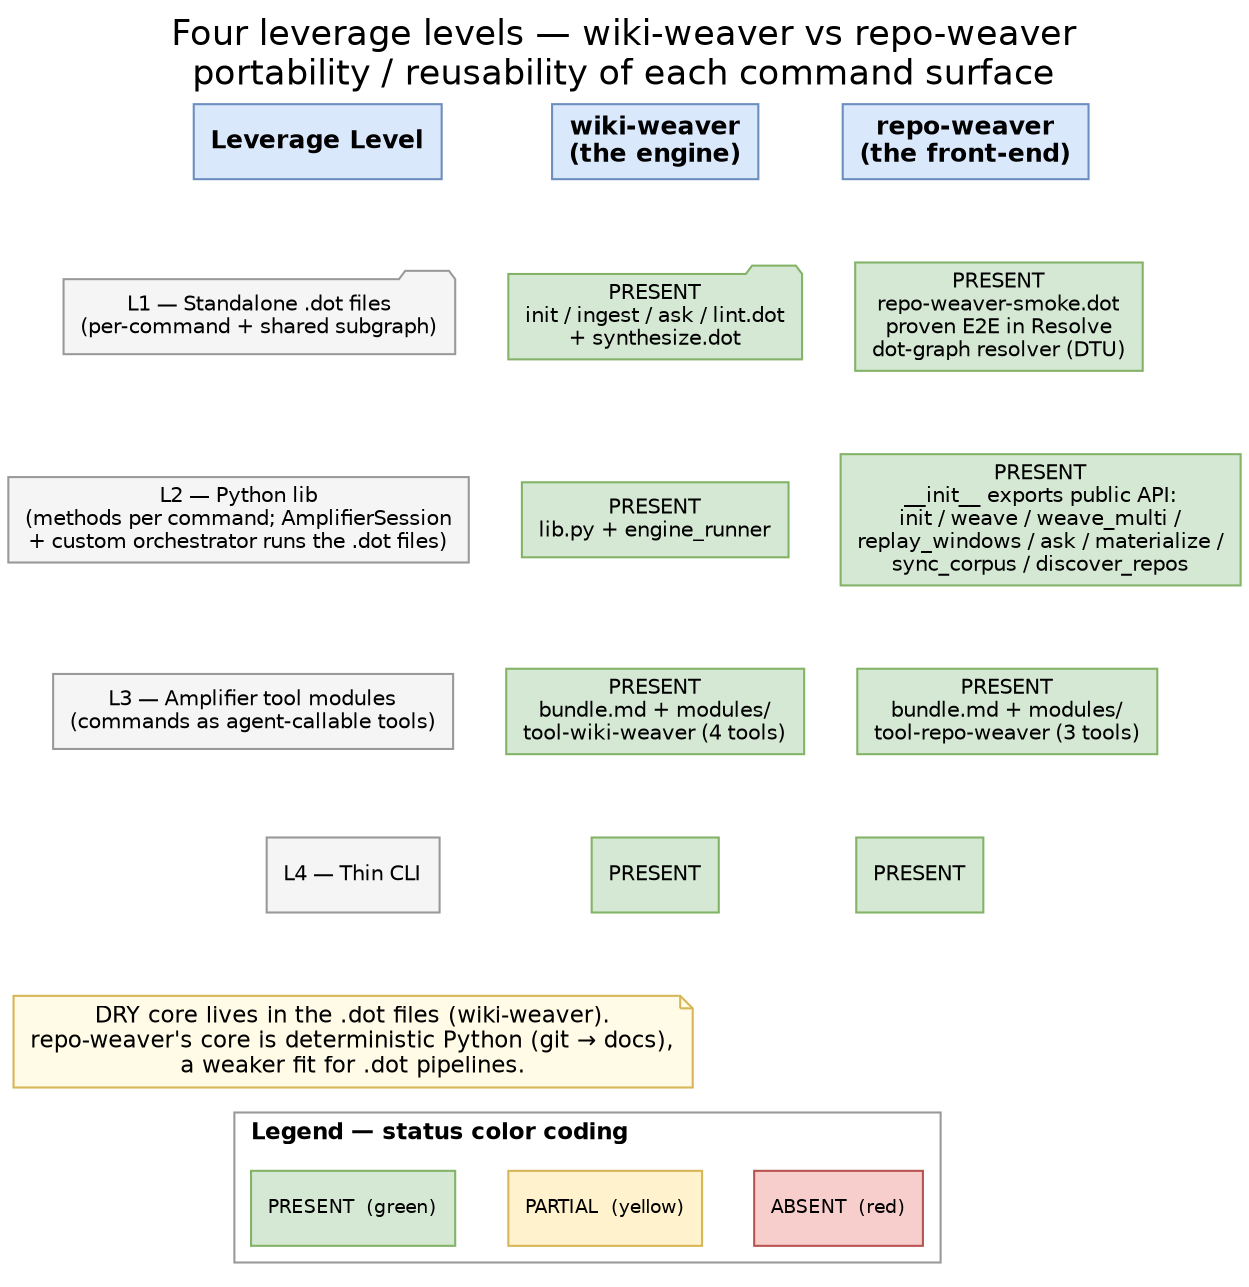
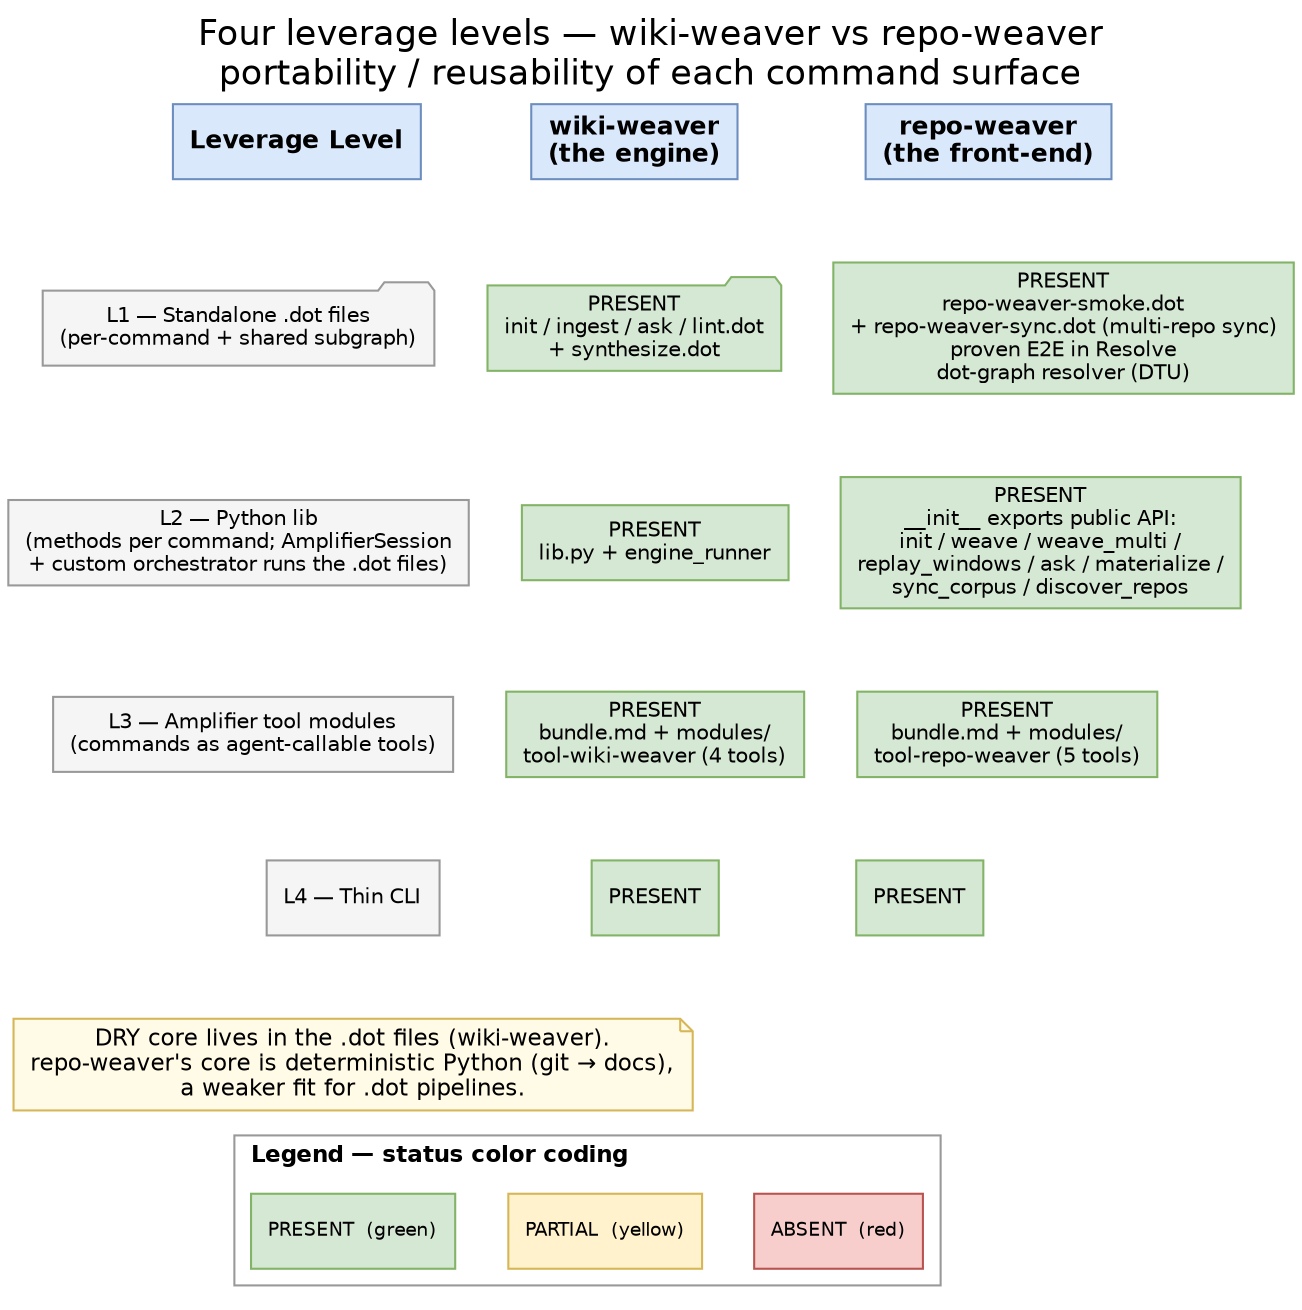
digraph leverage_levels {
  label="Four leverage levels — wiki-weaver vs repo-weaver\nportability / reusability of each command surface";
  labelloc="t";
  fontname="Helvetica";
  fontsize=17;
  rankdir=TB;
  nodesep=0.35;
  ranksep=0.55;
  node [fontname="Helvetica", fontsize=10, style=filled, shape=box];
  edge [style=invis];

  // ---------------- column headers ----------------
  h_level [label="Leverage Level", fillcolor="#dae8fc", color="#6c8ebf", fontname="Helvetica-Bold", fontsize=12];
  h_ww    [label="wiki-weaver\n(the engine)", fillcolor="#dae8fc", color="#6c8ebf", fontname="Helvetica-Bold", fontsize=12];
  h_rw    [label="repo-weaver\n(the front-end)", fillcolor="#dae8fc", color="#6c8ebf", fontname="Helvetica-Bold", fontsize=12];

  // ---------------- L1 ----------------
  l1_desc [label="L1 — Standalone .dot files\n(per-command + shared subgraph)", shape=folder, fillcolor="#f5f5f5", color="#999999"];
  l1_ww   [label="PRESENT\ninit / ingest / ask / lint.dot\n+ synthesize.dot", shape=folder, fillcolor="#d5e8d4", color="#82b366"];
-   l1_rw   [label="PRESENT\nrepo-weaver-smoke.dot\nproven E2E in Resolve\ndot-graph resolver (DTU)", fillcolor="#d5e8d4", color="#82b366"];
+   l1_rw   [label="PRESENT\nrepo-weaver-smoke.dot\n+ repo-weaver-sync.dot (multi-repo sync)\nproven E2E in Resolve\ndot-graph resolver (DTU)", fillcolor="#d5e8d4", color="#82b366"];

  // ---------------- L2 ----------------
  l2_desc [label="L2 — Python lib\n(methods per command; AmplifierSession\n+ custom orchestrator runs the .dot files)", fillcolor="#f5f5f5", color="#999999"];
  l2_ww   [label="PRESENT\nlib.py + engine_runner", fillcolor="#d5e8d4", color="#82b366"];
  l2_rw   [label="PRESENT\n__init__ exports public API:\ninit / weave / weave_multi /\nreplay_windows / ask / materialize /\nsync_corpus / discover_repos", fillcolor="#d5e8d4", color="#82b366"];

  // ---------------- L3 ----------------
  l3_desc [label="L3 — Amplifier tool modules\n(commands as agent-callable tools)", fillcolor="#f5f5f5", color="#999999"];
  l3_ww   [label="PRESENT\nbundle.md + modules/\ntool-wiki-weaver (4 tools)", fillcolor="#d5e8d4", color="#82b366"];
-   l3_rw   [label="PRESENT\nbundle.md + modules/\ntool-repo-weaver (3 tools)", fillcolor="#d5e8d4", color="#82b366"];
+   l3_rw   [label="PRESENT\nbundle.md + modules/\ntool-repo-weaver (5 tools)", fillcolor="#d5e8d4", color="#82b366"];

  // ---------------- L4 ----------------
  l4_desc [label="L4 — Thin CLI", fillcolor="#f5f5f5", color="#999999"];
  l4_ww   [label="PRESENT", fillcolor="#d5e8d4", color="#82b366"];
  l4_rw   [label="PRESENT", fillcolor="#d5e8d4", color="#82b366"];

  // ---------------- note row ----------------
  note [label="DRY core lives in the .dot files (wiki-weaver).\nrepo-weaver's core is deterministic Python (git → docs),\na weaker fit for .dot pipelines.", shape=note, fillcolor="#fffbe6", color="#d6b656", fontsize=11];

  // ---------------- row alignment (rank=same) ----------------
  { rank=same; h_level; h_ww; h_rw }
  { rank=same; l1_desc; l1_ww; l1_rw }
  { rank=same; l2_desc; l2_ww; l2_rw }
  { rank=same; l3_desc; l3_ww; l3_rw }
  { rank=same; l4_desc; l4_ww; l4_rw }

  // ---------------- column ordering (invisible vertical chains) ----------------
  h_level -> l1_desc -> l2_desc -> l3_desc -> l4_desc -> note;
  h_ww    -> l1_ww   -> l2_ww   -> l3_ww   -> l4_ww;
  h_rw    -> l1_rw   -> l2_rw   -> l3_rw   -> l4_rw;

  // ---------------- horizontal ordering within each row ----------------
  h_level -> h_ww -> h_rw;
  l1_desc -> l1_ww -> l1_rw;
  l2_desc -> l2_ww -> l2_rw;
  l3_desc -> l3_ww -> l3_rw;
  l4_desc -> l4_ww -> l4_rw;

  // ---------------- legend ----------------
  subgraph cluster_legend {
    label="Legend — status color coding";
    labeljust="l";
    style=filled; fillcolor="#ffffff"; color="#999999";
    fontsize=11; fontname="Helvetica-Bold";
    node [fontsize=9];

    lg_present [label="PRESENT  (green)", fillcolor="#d5e8d4", color="#82b366"];
    lg_partial [label="PARTIAL  (yellow)", fillcolor="#fff2cc", color="#d6b656"];
    lg_absent  [label="ABSENT  (red)", fillcolor="#f8cecc", color="#b85450"];

    lg_present -> lg_partial -> lg_absent [style=invis];
    { rank=same; lg_present; lg_partial; lg_absent }
  }

  note -> lg_present [style=invis];
}
